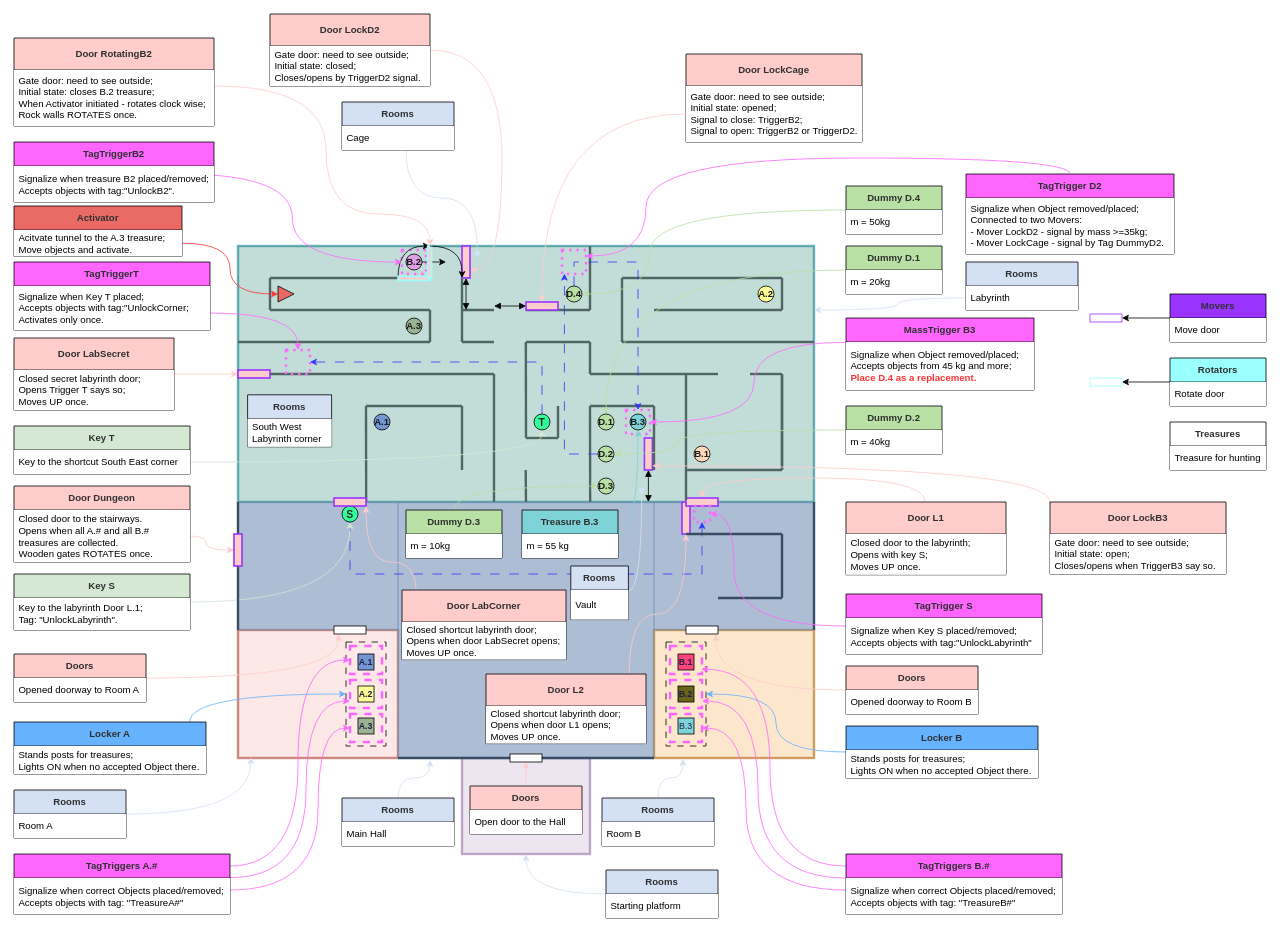
Dimmak23/UE5_CryptRaider keeps this draw.io diagram as GameDiagrams/FirstFloorLayout.drawio. Above is the earlier version. Source tidied: cells renumbered, new cells numbered last; positions are measured from the earlier drawing's top-left corner, leaving out a move shared by most shapes. Both pictures are drawn from the tidied source at 80%, with x=0, y=0 at pixel (14, 14).
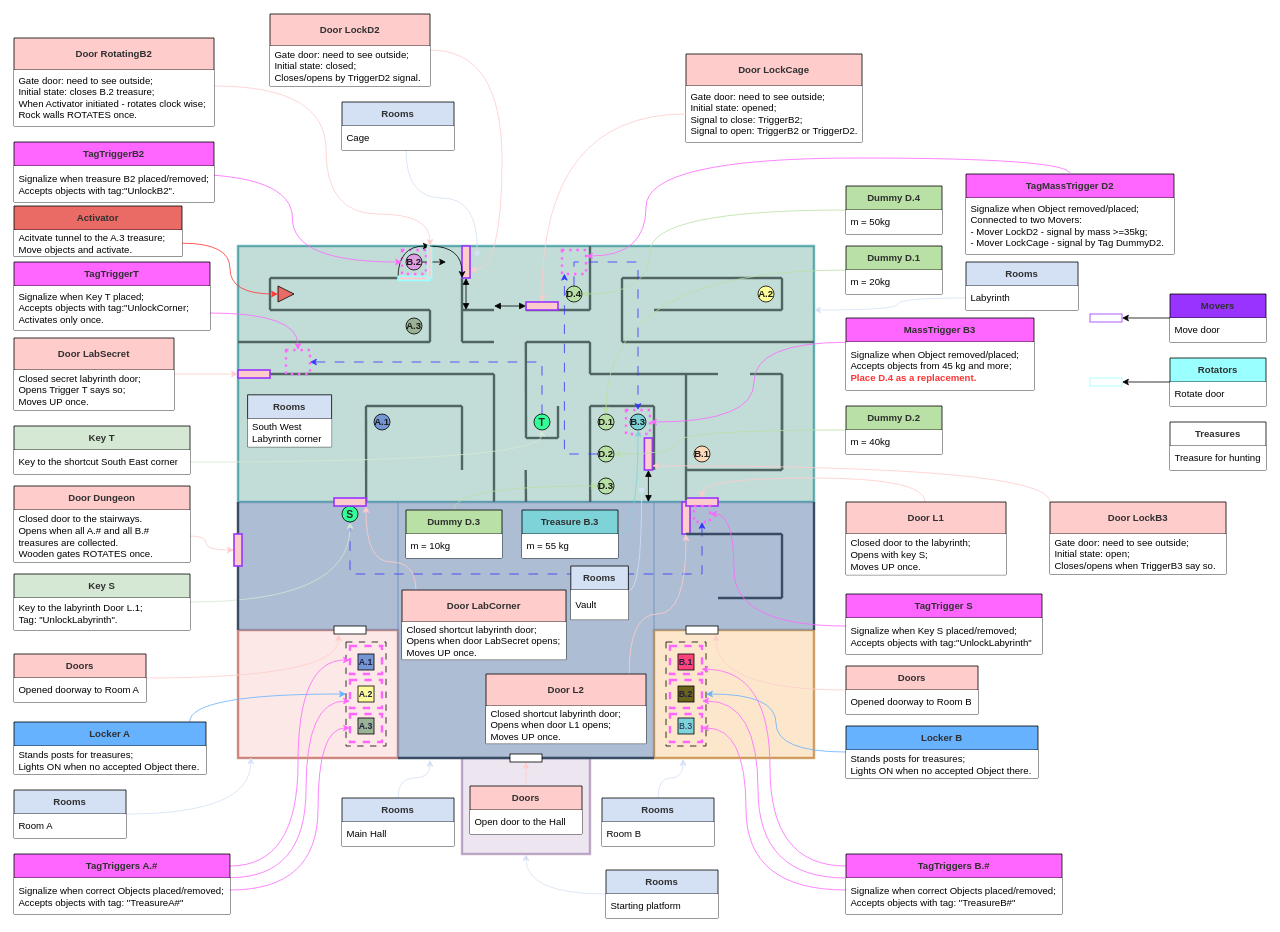
The same page after the edit.

What changed in the source:
```diff
@@
-    <mxCell id="162" value="TagTrigger D2" style="swimlane;fontStyle=1;horizontal=1;startSize=30;whiteSpace=wrap;html=1;fillColor=#FF66FF;fontColor=#303030;" parent="1" vertex="1">
+    <mxCell id="162" value="TagMassTrigger D2" style="swimlane;fontStyle=1;horizontal=1;startSize=30;whiteSpace=wrap;html=1;fillColor=#FF66FF;fontColor=#303030;" parent="1" vertex="1">
       <mxGeometry x="1190" y="200" width="260" height="100" as="geometry" />
     </mxCell>
```
